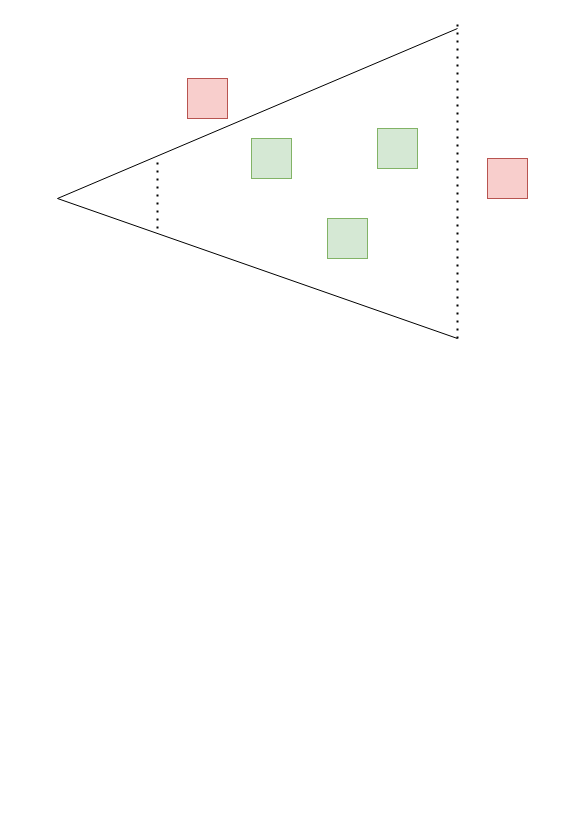
The draw.io diagram Untitled Diagram.drawio in killroshan/visio_chart, before the edit. Source tidied: cells renumbered, new cells numbered last; positions are measured from the earlier drawing's top-left corner, leaving out a move shared by most shapes. Both pictures are drawn from the tidied source at 100%, with x=0, y=0 at pixel (57, 18).
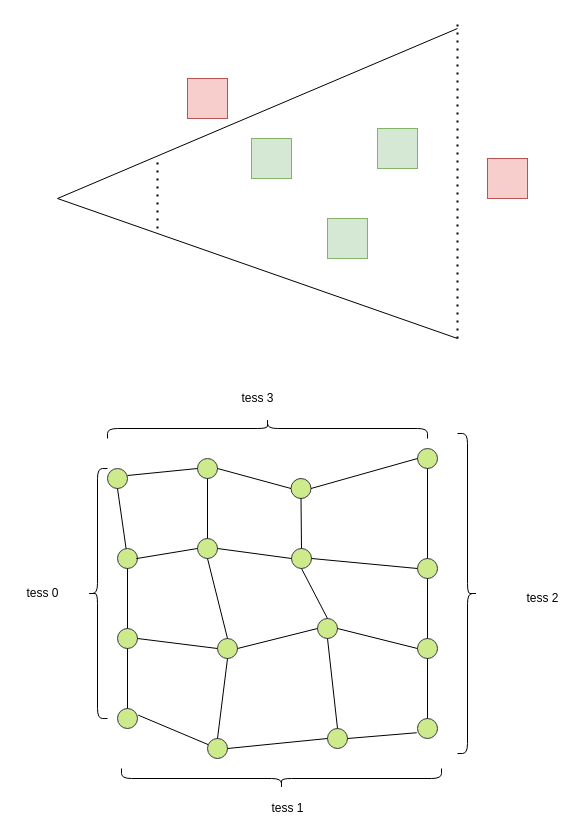
Above is the later version.

What changed in the source:
```diff
@@
+    <mxCell id="11" style="ellipse;whiteSpace=wrap;html=1;fillColor=#cdeb8b;strokeColor=#36393d;" parent="1" vertex="1">
+      <mxGeometry x="60" y="530" width="20" height="20" as="geometry" />
+    </mxCell>
@@
+    <mxCell id="12" style="ellipse;whiteSpace=wrap;html=1;fillColor=#cdeb8b;strokeColor=#36393d;" parent="1" vertex="1">
+      <mxGeometry x="50" y="450" width="20" height="20" as="geometry" />
+    </mxCell>
+    <mxCell id="13" style="ellipse;whiteSpace=wrap;html=1;fillColor=#cdeb8b;strokeColor=#36393d;" parent="1" vertex="1">
+      <mxGeometry x="140" y="440" width="20" height="20" as="geometry" />
+    </mxCell>
+    <mxCell id="14" style="ellipse;whiteSpace=wrap;html=1;fillColor=#cdeb8b;strokeColor=#36393d;" parent="1" vertex="1">
+      <mxGeometry x="233.5" y="460" width="20" height="20" as="geometry" />
+    </mxCell>
+    <mxCell id="15" style="ellipse;whiteSpace=wrap;html=1;fillColor=#cdeb8b;strokeColor=#36393d;" parent="1" vertex="1">
+      <mxGeometry x="360" y="430" width="20" height="20" as="geometry" />
+    </mxCell>
+    <mxCell id="16" style="ellipse;whiteSpace=wrap;html=1;fillColor=#cdeb8b;strokeColor=#36393d;" parent="1" vertex="1">
+      <mxGeometry x="140" y="520" width="20" height="20" as="geometry" />
+    </mxCell>
+    <mxCell id="17" style="ellipse;whiteSpace=wrap;html=1;fillColor=#cdeb8b;strokeColor=#36393d;" parent="1" vertex="1">
+      <mxGeometry x="360" y="540" width="20" height="20" as="geometry" />
+    </mxCell>
+    <mxCell id="18" style="ellipse;whiteSpace=wrap;html=1;fillColor=#cdeb8b;strokeColor=#36393d;" parent="1" vertex="1">
+      <mxGeometry x="234" y="530" width="20" height="20" as="geometry" />
+    </mxCell>
+    <mxCell id="19" style="ellipse;whiteSpace=wrap;html=1;fillColor=#cdeb8b;strokeColor=#36393d;" parent="1" vertex="1">
+      <mxGeometry x="60" y="610" width="20" height="20" as="geometry" />
+    </mxCell>
+    <mxCell id="20" style="ellipse;whiteSpace=wrap;html=1;fillColor=#cdeb8b;strokeColor=#36393d;" parent="1" vertex="1">
+      <mxGeometry x="160" y="620" width="20" height="20" as="geometry" />
+    </mxCell>
+    <mxCell id="21" style="ellipse;whiteSpace=wrap;html=1;fillColor=#cdeb8b;strokeColor=#36393d;" parent="1" vertex="1">
+      <mxGeometry x="360" y="620" width="20" height="20" as="geometry" />
+    </mxCell>
+    <mxCell id="22" style="ellipse;whiteSpace=wrap;html=1;fillColor=#cdeb8b;strokeColor=#36393d;" parent="1" vertex="1">
+      <mxGeometry x="260" y="600" width="20" height="20" as="geometry" />
+    </mxCell>
+    <mxCell id="23" style="ellipse;whiteSpace=wrap;html=1;fillColor=#cdeb8b;strokeColor=#36393d;" parent="1" vertex="1">
+      <mxGeometry x="60" y="690" width="20" height="20" as="geometry" />
+    </mxCell>
+    <mxCell id="24" style="ellipse;whiteSpace=wrap;html=1;fillColor=#cdeb8b;strokeColor=#36393d;" parent="1" vertex="1">
+      <mxGeometry x="150" y="720" width="20" height="20" as="geometry" />
+    </mxCell>
+    <mxCell id="25" style="ellipse;whiteSpace=wrap;html=1;fillColor=#cdeb8b;strokeColor=#36393d;" parent="1" vertex="1">
+      <mxGeometry x="360" y="700" width="20" height="20" as="geometry" />
+    </mxCell>
+    <mxCell id="26" style="ellipse;whiteSpace=wrap;html=1;fillColor=#cdeb8b;strokeColor=#36393d;" parent="1" vertex="1">
+      <mxGeometry x="270" y="710" width="20" height="20" as="geometry" />
+    </mxCell>
+    <mxCell id="27" style="endArrow=none;html=1;rounded=0;" parent="1" edge="1">
+      <mxGeometry relative="1" as="geometry">
+        <mxPoint x="70" y="457" as="sourcePoint" />
+        <mxPoint x="140" y="450" as="targetPoint" />
+      </mxGeometry>
+    </mxCell>
+    <mxCell id="28" style="endArrow=none;html=1;rounded=0;exitX=1;exitY=0.5;exitDx=0;exitDy=0;entryX=0;entryY=0.5;entryDx=0;entryDy=0;" parent="1" edge="1" source="13" target="14">
+      <mxGeometry relative="1" as="geometry" />
+    </mxCell>
+    <mxCell id="29" style="endArrow=none;html=1;rounded=0;" parent="1" edge="1" target="11">
+      <mxGeometry relative="1" as="geometry">
+        <mxPoint x="60" y="470" as="sourcePoint" />
+      </mxGeometry>
+    </mxCell>
+    <mxCell id="30" style="endArrow=none;html=1;rounded=0;exitX=0;exitY=0.5;exitDx=0;exitDy=0;" parent="1" edge="1" source="16">
+      <mxGeometry relative="1" as="geometry">
+        <mxPoint x="78.8" y="540.1" as="targetPoint" />
+      </mxGeometry>
+    </mxCell>
+    <mxCell id="31" style="endArrow=none;html=1;rounded=0;exitX=0.5;exitY=1;exitDx=0;exitDy=0;entryX=0.5;entryY=0;entryDx=0;entryDy=0;" parent="1" edge="1" source="11" target="19">
+      <mxGeometry relative="1" as="geometry" />
+    </mxCell>
+    <mxCell id="32" style="endArrow=none;html=1;rounded=0;exitX=0.5;exitY=0;exitDx=0;exitDy=0;entryX=0.5;entryY=1;entryDx=0;entryDy=0;" parent="1" edge="1" source="23" target="19">
+      <mxGeometry relative="1" as="geometry" />
+    </mxCell>
+    <mxCell id="33" style="endArrow=none;html=1;rounded=0;exitX=0;exitY=0.5;exitDx=0;exitDy=0;entryX=1;entryY=0.5;entryDx=0;entryDy=0;" parent="1" edge="1" source="20" target="19">
+      <mxGeometry relative="1" as="geometry" />
+    </mxCell>
+    <mxCell id="34" style="endArrow=none;html=1;rounded=0;exitX=0;exitY=0.5;exitDx=0;exitDy=0;entryX=1;entryY=0.5;entryDx=0;entryDy=0;" parent="1" edge="1" source="18" target="16">
+      <mxGeometry relative="1" as="geometry" />
+    </mxCell>
+    <mxCell id="35" style="endArrow=none;html=1;rounded=0;exitX=0.5;exitY=1;exitDx=0;exitDy=0;entryX=0.5;entryY=0;entryDx=0;entryDy=0;" parent="1" edge="1" source="13" target="16">
+      <mxGeometry relative="1" as="geometry" />
+    </mxCell>
+    <mxCell id="36" style="endArrow=none;html=1;rounded=0;exitX=0.5;exitY=1;exitDx=0;exitDy=0;entryX=0.5;entryY=0;entryDx=0;entryDy=0;" parent="1" edge="1" source="16" target="20">
+      <mxGeometry relative="1" as="geometry" />
+    </mxCell>
+    <mxCell id="37" style="endArrow=none;html=1;rounded=0;exitX=0;exitY=0.5;exitDx=0;exitDy=0;entryX=1;entryY=0.5;entryDx=0;entryDy=0;" parent="1" edge="1" source="15" target="14">
+      <mxGeometry relative="1" as="geometry" />
+    </mxCell>
+    <mxCell id="38" style="endArrow=none;html=1;rounded=0;exitX=0.5;exitY=1;exitDx=0;exitDy=0;entryX=0.5;entryY=0;entryDx=0;entryDy=0;" parent="1" edge="1" source="14" target="18">
+      <mxGeometry relative="1" as="geometry" />
+    </mxCell>
+    <mxCell id="39" style="endArrow=none;html=1;rounded=0;exitX=0.5;exitY=1;exitDx=0;exitDy=0;entryX=0.5;entryY=0;entryDx=0;entryDy=0;" parent="1" edge="1" source="15" target="17">
+      <mxGeometry relative="1" as="geometry" />
+    </mxCell>
+    <mxCell id="40" style="endArrow=none;html=1;rounded=0;exitX=0.5;exitY=1;exitDx=0;exitDy=0;entryX=0.5;entryY=0;entryDx=0;entryDy=0;" parent="1" edge="1" source="17" target="21">
+      <mxGeometry relative="1" as="geometry" />
+    </mxCell>
+    <mxCell id="41" style="endArrow=none;html=1;rounded=0;exitX=0.5;exitY=1;exitDx=0;exitDy=0;entryX=0.5;entryY=0;entryDx=0;entryDy=0;" parent="1" edge="1" source="21" target="25">
+      <mxGeometry relative="1" as="geometry" />
+    </mxCell>
+    <mxCell id="42" style="endArrow=none;html=1;rounded=0;exitX=0.5;exitY=1;exitDx=0;exitDy=0;entryX=0.5;entryY=0;entryDx=0;entryDy=0;" parent="1" edge="1" source="18" target="22">
+      <mxGeometry relative="1" as="geometry" />
+    </mxCell>
+    <mxCell id="43" style="endArrow=none;html=1;rounded=0;exitX=0.5;exitY=1;exitDx=0;exitDy=0;entryX=0.5;entryY=0;entryDx=0;entryDy=0;" parent="1" edge="1" source="22" target="26">
+      <mxGeometry relative="1" as="geometry" />
+    </mxCell>
+    <mxCell id="44" style="endArrow=none;html=1;rounded=0;exitX=0.5;exitY=1;exitDx=0;exitDy=0;entryX=0.5;entryY=0;entryDx=0;entryDy=0;" parent="1" edge="1" source="20" target="24">
+      <mxGeometry relative="1" as="geometry" />
+    </mxCell>
+    <mxCell id="45" style="endArrow=none;html=1;rounded=0;exitX=0;exitY=0.5;exitDx=0;exitDy=0;entryX=1;entryY=0.5;entryDx=0;entryDy=0;" parent="1" edge="1" source="22" target="20">
+      <mxGeometry relative="1" as="geometry" />
+    </mxCell>
+    <mxCell id="46" style="endArrow=none;html=1;rounded=0;exitX=0;exitY=0.5;exitDx=0;exitDy=0;entryX=1;entryY=0.5;entryDx=0;entryDy=0;" parent="1" edge="1" source="17" target="18">
+      <mxGeometry relative="1" as="geometry" />
+    </mxCell>
+    <mxCell id="47" style="endArrow=none;html=1;rounded=0;exitX=0;exitY=0.5;exitDx=0;exitDy=0;entryX=1;entryY=0.5;entryDx=0;entryDy=0;" parent="1" edge="1" source="21" target="22">
+      <mxGeometry relative="1" as="geometry" />
+    </mxCell>
+    <mxCell id="48" style="endArrow=none;html=1;rounded=0;entryX=1.033;entryY=0.331;entryDx=0;entryDy=0;entryPerimeter=0;" parent="1" edge="1" source="24" target="23">
+      <mxGeometry relative="1" as="geometry" />
+    </mxCell>
+    <mxCell id="49" style="endArrow=none;html=1;rounded=0;exitX=0;exitY=0.5;exitDx=0;exitDy=0;entryX=1;entryY=0.5;entryDx=0;entryDy=0;" parent="1" edge="1" source="26">
+      <mxGeometry relative="1" as="geometry">
+        <mxPoint x="170" y="730" as="targetPoint" />
+      </mxGeometry>
+    </mxCell>
+    <mxCell id="50" style="endArrow=none;html=1;rounded=0;exitX=-0.038;exitY=0.712;exitDx=0;exitDy=0;entryX=1;entryY=0.5;entryDx=0;entryDy=0;exitPerimeter=0;" parent="1" edge="1" source="25">
+      <mxGeometry relative="1" as="geometry">
+        <mxPoint x="290" y="720" as="targetPoint" />
+      </mxGeometry>
+    </mxCell>
+    <mxCell id="51" style="shape=curlyBracket;whiteSpace=wrap;html=1;rounded=1;" parent="1" vertex="1">
+      <mxGeometry x="30" y="450" width="20" height="250" as="geometry" />
+    </mxCell>
+    <mxCell id="52" style="shape=curlyBracket;whiteSpace=wrap;html=1;rounded=1;rotation=90;" parent="1" vertex="1">
+      <mxGeometry x="200" y="250" width="20" height="320" as="geometry" />
+    </mxCell>
+    <mxCell id="53" style="shape=curlyBracket;whiteSpace=wrap;html=1;rounded=1;rotation=-90;" parent="1" vertex="1">
+      <mxGeometry x="214" y="600" width="20" height="320" as="geometry" />
+    </mxCell>
+    <mxCell id="54" style="shape=curlyBracket;whiteSpace=wrap;html=1;rounded=1;rotation=-180;" parent="1" vertex="1">
+      <mxGeometry x="400" y="415" width="20" height="320" as="geometry" />
+    </mxCell>
+    <mxCell id="55" value="tess 0" style="text;html=1;align=center;verticalAlign=middle;strokeColor=none;fillColor=none;" parent="1" vertex="1">
+      <mxGeometry x="-40" y="565" width="50" height="20" as="geometry" />
+    </mxCell>
+    <mxCell id="56" value="tess 1" style="text;html=1;align=center;verticalAlign=middle;strokeColor=none;fillColor=none;" parent="1" vertex="1">
+      <mxGeometry x="205" y="780" width="50" height="20" as="geometry" />
+    </mxCell>
+    <mxCell id="57" value="tess 2&lt;br&gt;" style="text;html=1;align=center;verticalAlign=middle;strokeColor=none;fillColor=none;" parent="1" vertex="1">
+      <mxGeometry x="460" y="570" width="50" height="20" as="geometry" />
+    </mxCell>
+    <mxCell id="58" value="tess 3" style="text;html=1;align=center;verticalAlign=middle;strokeColor=none;fillColor=none;" parent="1" vertex="1">
+      <mxGeometry x="175" y="370" width="50" height="20" as="geometry" />
+    </mxCell>
```
